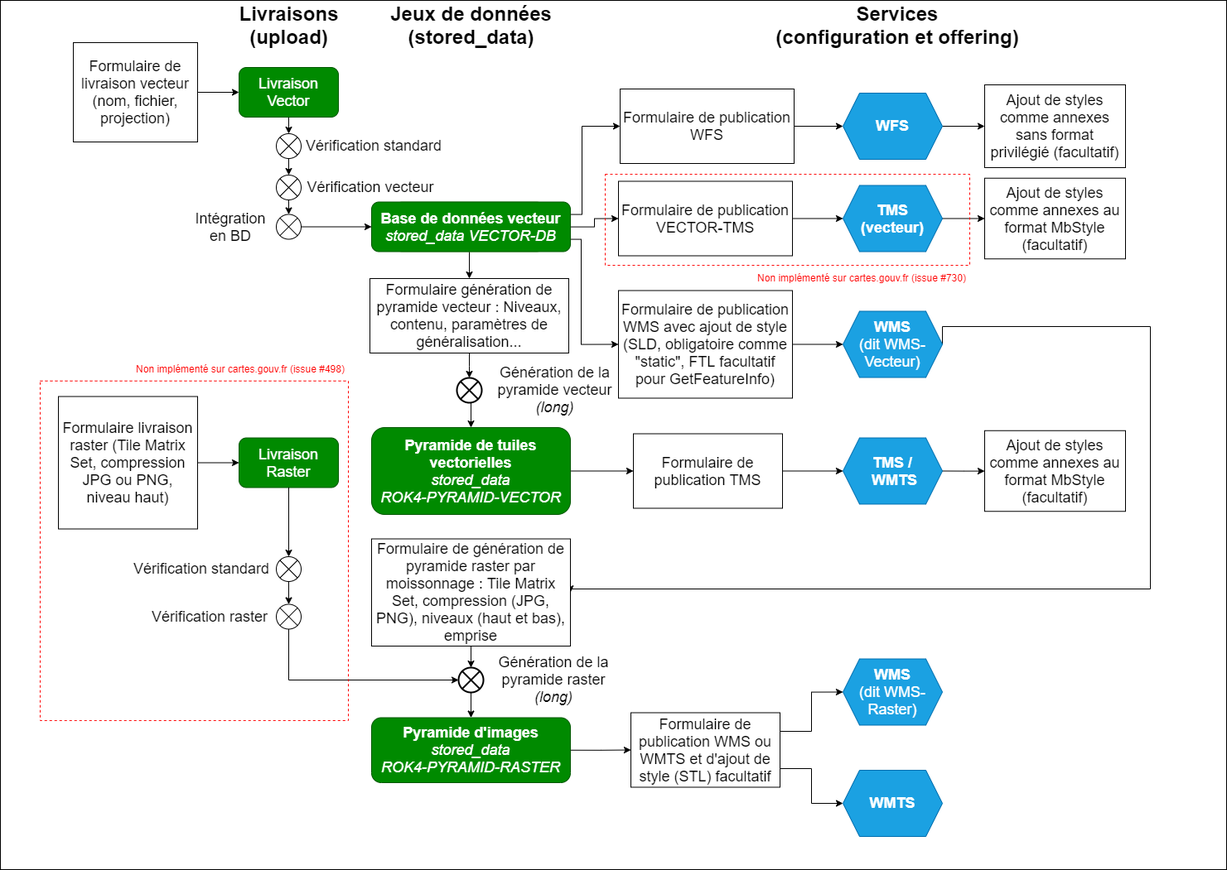
Earlier version of the draw.io export docs/developer/schema-diffusion-tous-types.drawio.png (IGNF/cartes.gouv.fr). Source tidied: cells renumbered, new cells last; positions are measured from the earlier drawing's top-left corner, leaving out a move shared by most shapes.
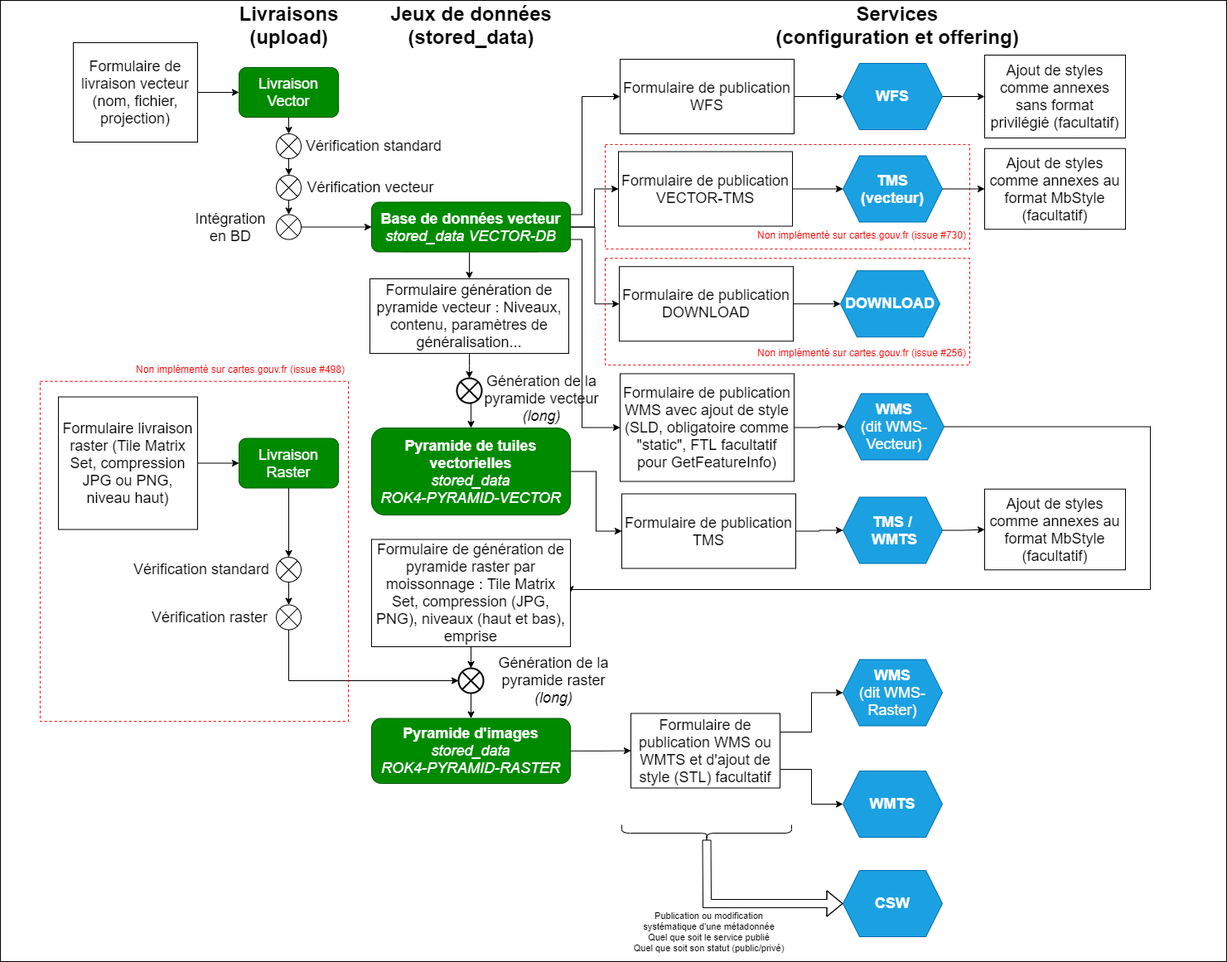
Later version of the same file.

Commit message:
docs: schéma diffusion, ajout type download (refs #256)

What changed in the source:
```diff
@@ -3,7 +3,7 @@
     <mxCell id="0" />
     <mxCell id="1" parent="0" />
     <mxCell id="2" style="rounded=0;whiteSpace=wrap;html=1;" parent="1" vertex="1">
-      <mxGeometry width="1480" height="1050" as="geometry" />
+      <mxGeometry width="1480" height="1160" as="geometry" />
     </mxCell>
     <mxCell id="3" value="&lt;font style=&quot;font-size: 18px&quot;&gt;Livraison&lt;br&gt;Raster&lt;/font&gt;" style="rounded=1;whiteSpace=wrap;html=1;fillColor=#008a00;strokeColor=#005700;fontColor=#ffffff;" parent="1" vertex="1">
       <mxGeometry x="288" y="528.5" width="120" height="60" as="geometry" />
@@ -84,12 +84,12 @@
       <mxGeometry x="551" y="456" width="30" height="30" as="geometry" />
     </mxCell>
     <mxCell id="29" value="&lt;font style=&quot;font-size: 18px&quot;&gt;Génération de la pyramide vecteur&lt;br&gt;&lt;i&gt;(long)&lt;/i&gt;&lt;/font&gt;" style="text;html=1;strokeColor=none;fillColor=none;align=center;verticalAlign=middle;whiteSpace=wrap;rounded=0;" parent="1" vertex="1">
-      <mxGeometry x="581" y="456" width="177" height="30" as="geometry" />
+      <mxGeometry x="565" y="466" width="177" height="30" as="geometry" />
     </mxCell>
     <mxCell id="30" style="edgeStyle=orthogonalEdgeStyle;rounded=0;jettySize=auto;html=1;exitX=1;exitY=0.5;exitDx=0;exitDy=0;fontSize=18;startArrow=none;" parent="1" edge="1" source="59" target="36">
       <mxGeometry relative="1" as="geometry" />
     </mxCell>
-    <mxCell id="31" style="edgeStyle=orthogonalEdgeStyle;rounded=0;jettySize=auto;html=1;exitX=1;exitY=0.5;exitDx=0;exitDy=0;fontSize=18;" parent="1" edge="1" source="32" target="59">
+    <mxCell id="31" style="edgeStyle=orthogonalEdgeStyle;rounded=0;jettySize=auto;html=1;exitX=1;exitY=0.5;exitDx=0;exitDy=0;fontSize=18;entryX=0;entryY=0.5;entryDx=0;entryDy=0;" parent="1" edge="1" source="32" target="59">
       <mxGeometry relative="1" as="geometry" />
     </mxCell>
     <mxCell id="32" value="&lt;font style=&quot;font-size: 18px&quot;&gt;&lt;b&gt;Pyramide de tuiles vectorielles&lt;/b&gt;&lt;br&gt;&lt;i&gt;stored_data&lt;br&gt;ROK4-PYRAMID-VECTOR&lt;/i&gt;&lt;/font&gt;" style="rounded=1;whiteSpace=wrap;html=1;fillColor=#008a00;strokeColor=#005700;fontColor=#ffffff;" parent="1" vertex="1">
@@ -105,7 +105,7 @@
       <mxGeometry relative="1" as="geometry" />
     </mxCell>
     <mxCell id="36" value="&lt;font style=&quot;font-size: 18px&quot;&gt;&lt;b&gt;TMS /&lt;br&gt;&amp;nbsp;WMTS&lt;br&gt;&lt;/b&gt;&lt;/font&gt;" style="shape=hexagon;perimeter=hexagonPerimeter2;whiteSpace=wrap;html=1;fixedSize=1;fillColor=#1ba1e2;strokeColor=#006EAF;fontColor=#ffffff;" parent="1" vertex="1">
-      <mxGeometry x="1017" y="528.5" width="120" height="80" as="geometry" />
+      <mxGeometry x="1017" y="599.5" width="120" height="80" as="geometry" />
     </mxCell>
     <mxCell id="37" value="&lt;font style=&quot;font-size: 18px&quot;&gt;&lt;b&gt;WMS&lt;/b&gt;&lt;br&gt;(dit WMS-Raster)&lt;/font&gt;" style="shape=hexagon;perimeter=hexagonPerimeter2;whiteSpace=wrap;html=1;fixedSize=1;fillColor=#1ba1e2;strokeColor=#006EAF;fontColor=#ffffff;" parent="1" vertex="1">
       <mxGeometry x="1017" y="795.5" width="120" height="80" as="geometry" />
@@ -114,19 +114,19 @@
       <mxGeometry relative="1" as="geometry" />
     </mxCell>
     <mxCell id="39" value="&lt;font style=&quot;font-size: 18px&quot;&gt;&lt;b&gt;WFS&lt;/b&gt;&lt;/font&gt;" style="shape=hexagon;perimeter=hexagonPerimeter2;whiteSpace=wrap;html=1;fixedSize=1;fillColor=#1ba1e2;strokeColor=#006EAF;fontColor=#ffffff;" parent="1" vertex="1">
-      <mxGeometry x="1017" y="112" width="120" height="80" as="geometry" />
+      <mxGeometry x="1017" y="76" width="120" height="80" as="geometry" />
     </mxCell>
     <mxCell id="40" style="edgeStyle=orthogonalEdgeStyle;rounded=0;jettySize=auto;html=1;exitX=1;exitY=0.5;exitDx=0;exitDy=0;entryX=1;entryY=0.5;entryDx=0;entryDy=0;fontSize=18;" parent="1" edge="1" source="41" target="51">
       <mxGeometry relative="1" as="geometry">
         <Array as="points">
-          <mxPoint x="1388" y="394" />
+          <mxPoint x="1388" y="514" />
           <mxPoint x="1388" y="711" />
           <mxPoint x="688" y="711" />
         </Array>
       </mxGeometry>
     </mxCell>
     <mxCell id="41" value="&lt;font style=&quot;font-size: 18px&quot;&gt;&lt;b&gt;WMS&lt;/b&gt;&lt;br&gt;(dit WMS-Vecteur)&lt;/font&gt;" style="shape=hexagon;perimeter=hexagonPerimeter2;whiteSpace=wrap;html=1;fixedSize=1;fillColor=#1ba1e2;strokeColor=#006EAF;fontColor=#ffffff;" parent="1" vertex="1">
-      <mxGeometry x="1017" y="375.5" width="120" height="80" as="geometry" />
+      <mxGeometry x="1019" y="474.5" width="120" height="80" as="geometry" />
     </mxCell>
     <mxCell id="42" style="edgeStyle=elbowEdgeStyle;elbow=vertical;endArrow=classic;html=1;rounded=0;exitX=0.5;exitY=1;exitDx=0;exitDy=0;entryX=0.5;entryY=0;entryDx=0;entryDy=0;" parent="1" edge="1" source="55" target="28">
       <mxGeometry relative="1" as="geometry" />
@@ -135,7 +135,7 @@
       <mxGeometry relative="1" as="geometry" />
     </mxCell>
     <mxCell id="44" value="&lt;font style=&quot;font-size: 18px&quot;&gt;Formulaire de publication WMS avec ajout de style (SLD, obligatoire comme &quot;static&quot;, FTL facultatif pour GetFeatureInfo)&lt;/font&gt;" style="rounded=0;whiteSpace=wrap;html=1;" parent="1" vertex="1">
-      <mxGeometry x="746" y="350.5" width="210" height="130" as="geometry" />
+      <mxGeometry x="748" y="450.5" width="210" height="130" as="geometry" />
     </mxCell>
     <mxCell id="45" style="edgeStyle=orthogonalEdgeStyle;rounded=0;jettySize=auto;html=1;exitX=1;exitY=0.25;exitDx=0;exitDy=0;entryX=0;entryY=0.5;entryDx=0;entryDy=0;fontSize=18;" parent="1" edge="1" source="47" target="37">
       <mxGeometry relative="1" as="geometry" />
@@ -159,10 +159,10 @@
       <mxGeometry x="448" y="650.5" width="240" height="129.5" as="geometry" />
     </mxCell>
     <mxCell id="52" value="&lt;font style=&quot;font-size: 18px&quot;&gt;Ajout de styles comme annexes au format MbStyle (facultatif)&lt;/font&gt;" style="rounded=0;whiteSpace=wrap;html=1;" parent="1" vertex="1">
-      <mxGeometry x="1188" y="519.8" width="170" height="97.5" as="geometry" />
+      <mxGeometry x="1188" y="589.8" width="170" height="97.5" as="geometry" />
     </mxCell>
     <mxCell id="53" value="&lt;font style=&quot;font-size: 18px&quot;&gt;Ajout de styles comme annexes sans format privilégié (facultatif)&lt;/font&gt;" style="rounded=0;whiteSpace=wrap;html=1;" parent="1" vertex="1">
-      <mxGeometry x="1188" y="102" width="170" height="100" as="geometry" />
+      <mxGeometry x="1188" y="66" width="170" height="100" as="geometry" />
     </mxCell>
     <mxCell id="54" value="&lt;b&gt;&lt;font style=&quot;font-size: 24px&quot;&gt;Jeux de données&lt;br&gt;(stored_data)&lt;br&gt;&lt;/font&gt;&lt;/b&gt;" style="text;html=1;strokeColor=none;fillColor=none;align=center;verticalAlign=middle;whiteSpace=wrap;rounded=0;" parent="1" vertex="1">
       <mxGeometry x="460.5" width="215" height="60" as="geometry" />
@@ -174,13 +174,13 @@
       <mxGeometry relative="1" as="geometry" />
     </mxCell>
     <mxCell id="57" value="&lt;font style=&quot;font-size: 18px&quot;&gt;Formulaire de publication WFS&lt;/font&gt;" style="rounded=0;whiteSpace=wrap;html=1;" parent="1" vertex="1">
-      <mxGeometry x="748" y="107" width="210" height="90" as="geometry" />
+      <mxGeometry x="748" y="71" width="210" height="90" as="geometry" />
     </mxCell>
     <mxCell id="58" value="&lt;b&gt;&lt;font style=&quot;font-size: 18px&quot;&gt;WMTS&lt;/font&gt;&lt;/b&gt;" style="shape=hexagon;perimeter=hexagonPerimeter2;whiteSpace=wrap;html=1;fixedSize=1;fillColor=#1ba1e2;strokeColor=#006EAF;fontColor=#ffffff;" parent="1" vertex="1">
       <mxGeometry x="1017" y="930" width="120" height="80" as="geometry" />
     </mxCell>
     <mxCell id="59" value="&lt;font style=&quot;font-size: 18px&quot;&gt;Formulaire de publication TMS&lt;br&gt;&lt;/font&gt;" style="rounded=0;whiteSpace=wrap;html=1;" parent="1" vertex="1">
-      <mxGeometry x="764" y="523.5" width="180" height="90" as="geometry" />
+      <mxGeometry x="750" y="595.5" width="210" height="90" as="geometry" />
     </mxCell>
     <mxCell id="60" value="&lt;font style=&quot;font-size: 18px&quot;&gt;Génération de la pyramide raster&lt;br&gt;&lt;i&gt;(long)&lt;/i&gt;&lt;/font&gt;" style="text;html=1;strokeColor=none;fillColor=none;align=center;verticalAlign=middle;whiteSpace=wrap;rounded=0;" parent="1" vertex="1">
       <mxGeometry x="578" y="806" width="180" height="30" as="geometry" />
@@ -188,6 +188,9 @@
     <mxCell id="61" style="edgeStyle=orthogonalEdgeStyle;rounded=0;jettySize=auto;html=1;exitX=1;exitY=0.5;exitDx=0;exitDy=0;entryX=0;entryY=0.5;entryDx=0;entryDy=0;fontSize=18;" parent="1" edge="1" source="62" target="3">
       <mxGeometry relative="1" as="geometry" />
     </mxCell>
+    <mxCell id="75" style="rounded=0;whiteSpace=wrap;html=1;fillColor=none;dashed=1;strokeColor=#FF0303;" parent="1" vertex="1">
+      <mxGeometry x="730" y="174" width="440" height="126" as="geometry" />
+    </mxCell>
     <mxCell id="62" value="&lt;font style=&quot;font-size: 18px&quot;&gt;Formulaire livraison raster (Tile Matrix Set, compression JPG ou PNG, niveau haut)&lt;/font&gt;" style="rounded=0;whiteSpace=wrap;html=1;" parent="1" vertex="1">
       <mxGeometry x="70" y="478.5" width="168" height="160" as="geometry" />
     </mxCell>
@@ -197,6 +200,9 @@
     <mxCell id="64" style="edgeStyle=orthogonalEdgeStyle;rounded=0;jettySize=auto;html=1;entryX=0;entryY=0.5;entryDx=0;entryDy=0;" parent="1" edge="1" source="65" target="73">
       <mxGeometry relative="1" as="geometry" />
     </mxCell>
+    <mxCell id="77" style="edgeStyle=orthogonalEdgeStyle;rounded=0;jettySize=auto;html=1;entryX=0;entryY=0.5;entryDx=0;entryDy=0;" parent="1" edge="1" source="65" target="80">
+      <mxGeometry relative="1" as="geometry" />
+    </mxCell>
     <mxCell id="65" value="&lt;font style=&quot;font-size: 18px&quot;&gt;&lt;b&gt;Base de données vecteur&lt;/b&gt;&lt;br&gt;&lt;i&gt;stored_data VECTOR-DB&lt;/i&gt;&lt;/font&gt;" style="rounded=1;whiteSpace=wrap;html=1;fillColor=#008a00;strokeColor=#005700;fontColor=#ffffff;" parent="1" vertex="1">
       <mxGeometry x="448" y="243.5" width="240" height="60" as="geometry" />
     </mxCell>
@@ -216,22 +222,52 @@
       <mxGeometry relative="1" as="geometry" />
     </mxCell>
     <mxCell id="71" value="&lt;span style=&quot;font-size: 18px&quot;&gt;&lt;b&gt;TMS (vecteur)&lt;/b&gt;&lt;/span&gt;" style="shape=hexagon;perimeter=hexagonPerimeter2;whiteSpace=wrap;html=1;fixedSize=1;fillColor=#1ba1e2;strokeColor=#006EAF;fontColor=#ffffff;" parent="1" vertex="1">
-      <mxGeometry x="1017" y="223.5" width="120" height="80" as="geometry" />
+      <mxGeometry x="1017" y="187.5" width="120" height="80" as="geometry" />
     </mxCell>
     <mxCell id="72" style="edgeStyle=orthogonalEdgeStyle;rounded=0;jettySize=auto;html=1;entryX=0;entryY=0.5;entryDx=0;entryDy=0;" parent="1" edge="1" source="73" target="71">
       <mxGeometry relative="1" as="geometry" />
     </mxCell>
     <mxCell id="73" value="&lt;font style=&quot;font-size: 18px&quot;&gt;Formulaire de publication VECTOR-TMS&lt;/font&gt;" style="rounded=0;whiteSpace=wrap;html=1;" parent="1" vertex="1">
-      <mxGeometry x="746" y="218.5" width="210" height="90" as="geometry" />
+      <mxGeometry x="746" y="182.5" width="210" height="90" as="geometry" />
     </mxCell>
     <mxCell id="74" value="&lt;font style=&quot;font-size: 18px&quot;&gt;Ajout de styles comme annexes au format MbStyle (facultatif)&lt;/font&gt;" style="rounded=0;whiteSpace=wrap;html=1;" parent="1" vertex="1">
-      <mxGeometry x="1188" y="214.8" width="170" height="97.5" as="geometry" />
+      <mxGeometry x="1188" y="178.8" width="170" height="97.5" as="geometry" />
     </mxCell>
-    <mxCell id="75" style="rounded=0;whiteSpace=wrap;html=1;fillColor=none;dashed=1;strokeColor=#FF0303;" parent="1" vertex="1">
-      <mxGeometry x="730" y="210" width="440" height="110" as="geometry" />
-    </mxCell>
     <mxCell id="76" value="Non implémenté sur cartes.gouv.fr (issue #730)" style="text;html=1;strokeColor=none;fillColor=none;align=center;verticalAlign=middle;whiteSpace=wrap;rounded=0;dashed=1;fontColor=#FF0000;" parent="1" vertex="1">
-      <mxGeometry x="910" y="320" width="260" height="30.2" as="geometry" />
+      <mxGeometry x="910" y="267.5" width="260" height="30.2" as="geometry" />
     </mxCell>
+    <mxCell id="78" style="rounded=0;whiteSpace=wrap;html=1;fillColor=none;dashed=1;strokeColor=#FF0303;" parent="1" vertex="1">
+      <mxGeometry x="730" y="311.2" width="440" height="128.8" as="geometry" />
+    </mxCell>
+    <mxCell id="79" style="edgeStyle=orthogonalEdgeStyle;rounded=0;jettySize=auto;html=1;" parent="1" edge="1" source="80" target="81">
+      <mxGeometry relative="1" as="geometry" />
+    </mxCell>
+    <mxCell id="80" value="&lt;font style=&quot;font-size: 18px&quot;&gt;Formulaire de publication DOWNLOAD&lt;/font&gt;" style="rounded=0;whiteSpace=wrap;html=1;" parent="1" vertex="1">
+      <mxGeometry x="747" y="321.2" width="210" height="90" as="geometry" />
+    </mxCell>
+    <mxCell id="81" value="&lt;span style=&quot;font-size: 18px&quot;&gt;&lt;b&gt;DOWNLOAD&lt;/b&gt;&lt;/span&gt;" style="shape=hexagon;perimeter=hexagonPerimeter2;whiteSpace=wrap;html=1;fixedSize=1;fillColor=#1ba1e2;strokeColor=#006EAF;fontColor=#ffffff;" parent="1" vertex="1">
+      <mxGeometry x="1014" y="326.2" width="120" height="80" as="geometry" />
+    </mxCell>
+    <mxCell id="82" value="Non implémenté sur cartes.gouv.fr (issue #256)" style="text;html=1;strokeColor=none;fillColor=none;align=center;verticalAlign=middle;whiteSpace=wrap;rounded=0;dashed=1;fontColor=#FF0000;" parent="1" vertex="1">
+      <mxGeometry x="910" y="409.8" width="260" height="30.2" as="geometry" />
+    </mxCell>
+    <mxCell id="83" value="&lt;b&gt;&lt;font style=&quot;font-size: 18px&quot;&gt;CSW&lt;/font&gt;&lt;/b&gt;" style="shape=hexagon;perimeter=hexagonPerimeter2;whiteSpace=wrap;html=1;fixedSize=1;fillColor=#1ba1e2;strokeColor=#006EAF;fontColor=#ffffff;" parent="1" vertex="1">
+      <mxGeometry x="1017" y="1050" width="120" height="80" as="geometry" />
+    </mxCell>
+    <mxCell id="84" style="shape=flexArrow;endArrow=classic;html=1;rounded=0;entryX=0;entryY=0.5;entryDx=0;entryDy=0;exitX=0.1;exitY=0.5;exitDx=0;exitDy=0;exitPerimeter=0;" parent="1" edge="1" source="86" target="83">
+      <mxGeometry relative="1" as="geometry">
+        <Array as="points">
+          <mxPoint x="853" y="1090" />
+        </Array>
+      </mxGeometry>
+    </mxCell>
+    <mxCell id="85" value="Publication ou modification&lt;br&gt;systématique d'une métadonnée&lt;br&gt;Quel que soit le service publié&lt;br&gt;Quel que soit son statut (public/privé)" style="edgeLabel;html=1;align=center;verticalAlign=middle;" parent="84" vertex="1">
+      <mxGeometry x="0.69" y="-7" relative="1" as="geometry">
+        <mxPoint x="-124" y="26" as="offset" />
+      </mxGeometry>
+    </mxCell>
+    <mxCell id="86" style="shape=curlyBracket;whiteSpace=wrap;html=1;rounded=1;flipH=1;rotation=90;" parent="1" vertex="1">
+      <mxGeometry x="842.5" y="902.5" width="20" height="205" as="geometry" />
+    </mxCell>
   </root>
 </mxGraphModel>
```
